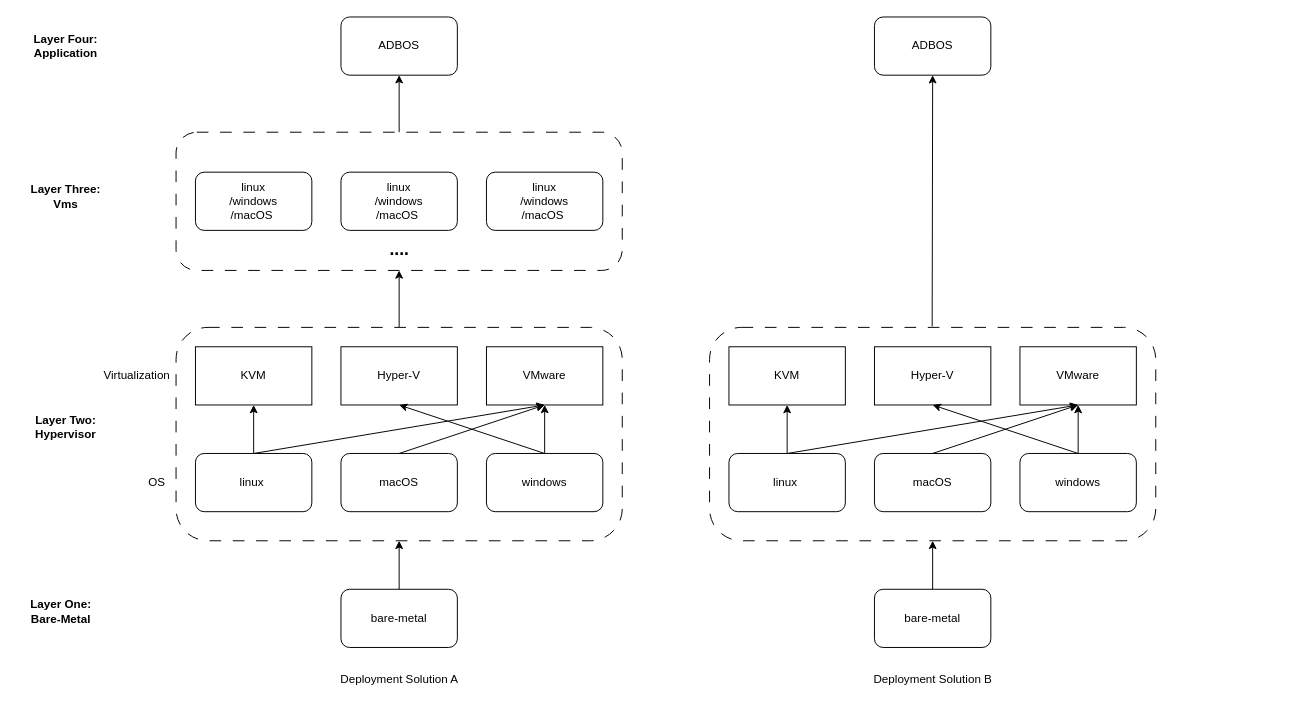
The draw.io diagram deployment.drawio in caihuayu0322/drawio-github, before the edit. Source tidied: cells renumbered, new cells numbered last; positions are measured from the earlier drawing's top-left corner, leaving out a move shared by most shapes. Both pictures are drawn from the tidied source at 97%, with x=0, y=0 at pixel (16, 16).
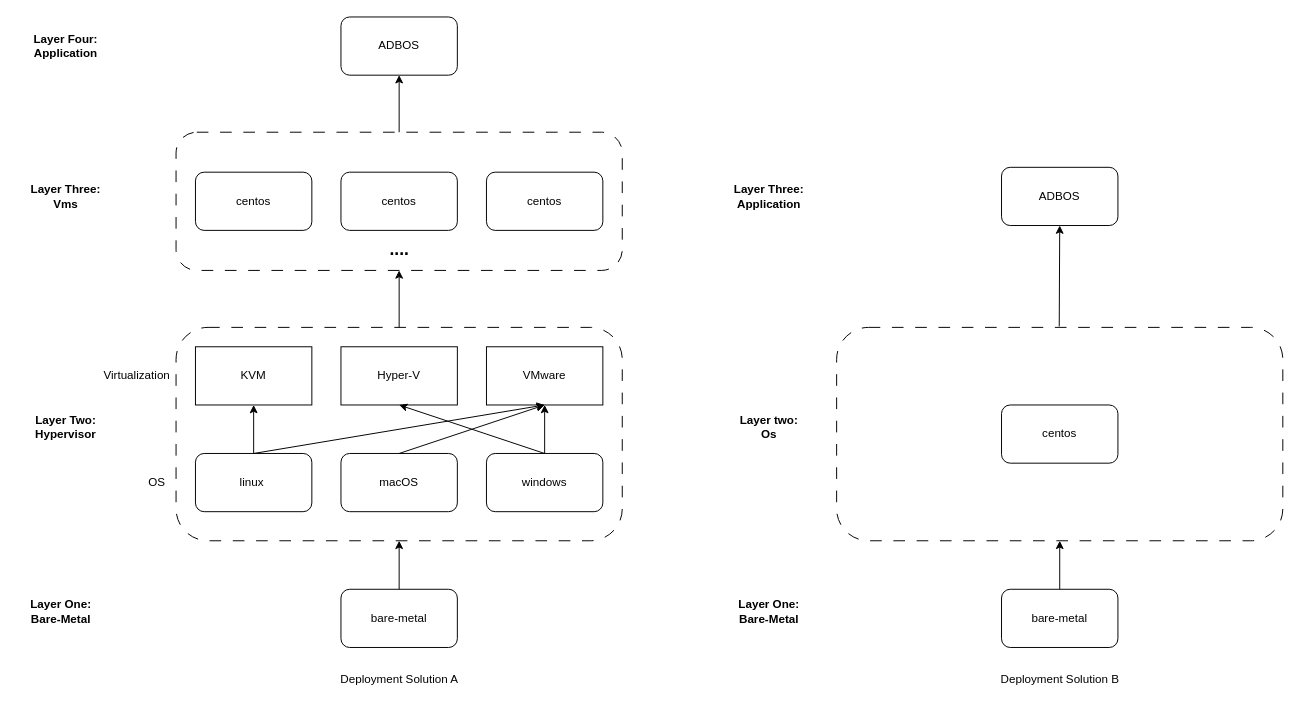
The same page after the edit.

Diff of the diagram source:
```diff
@@
-    <mxCell id="11" value="linux&lt;br&gt;/windows&lt;br&gt;/macOS&amp;nbsp;" style="rounded=1;whiteSpace=wrap;html=1;" parent="1" vertex="1">
+    <mxCell id="11" value="centos" style="rounded=1;whiteSpace=wrap;html=1;" parent="1" vertex="1">
       <mxGeometry x="184" y="160" width="120" height="60" as="geometry" />
     </mxCell>
-    <mxCell id="12" value="linux&lt;br style=&quot;border-color: var(--border-color);&quot;&gt;/windows&lt;br style=&quot;border-color: var(--border-color);&quot;&gt;/macOS&amp;nbsp;" style="rounded=1;whiteSpace=wrap;html=1;" parent="1" vertex="1">
+    <mxCell id="12" value="centos" style="rounded=1;whiteSpace=wrap;html=1;" parent="1" vertex="1">
       <mxGeometry x="334" y="160" width="120" height="60" as="geometry" />
     </mxCell>
-    <mxCell id="13" value="linux&lt;br style=&quot;border-color: var(--border-color);&quot;&gt;/windows&lt;br style=&quot;border-color: var(--border-color);&quot;&gt;/macOS&amp;nbsp;" style="rounded=1;whiteSpace=wrap;html=1;" parent="1" vertex="1">
+    <mxCell id="13" value="centos" style="rounded=1;whiteSpace=wrap;html=1;" parent="1" vertex="1">
       <mxGeometry x="484" y="160" width="120" height="60" as="geometry" />
     </mxCell>
@@
-    <mxCell id="24" style="rounded=1;whiteSpace=wrap;html=1;dashed=1;dashPattern=12 12;fillColor=none;" parent="1" vertex="1">
-      <mxGeometry x="714" y="320" width="460" height="220" as="geometry" />
-    </mxCell>
     <mxCell id="25" value="bare-metal" style="rounded=1;whiteSpace=wrap;html=1;" parent="1" vertex="1">
-      <mxGeometry x="884" y="590" width="120" height="60" as="geometry" />
+      <mxGeometry x="1015" y="590" width="120" height="60" as="geometry" />
     </mxCell>
-    <mxCell id="26" value="linux&amp;nbsp;" style="rounded=1;whiteSpace=wrap;html=1;" parent="1" vertex="1">
-      <mxGeometry x="734" y="450" width="120" height="60" as="geometry" />
-    </mxCell>
-    <mxCell id="27" value="windows" style="rounded=1;whiteSpace=wrap;html=1;" parent="1" vertex="1">
-      <mxGeometry x="1034" y="450" width="120" height="60" as="geometry" />
-    </mxCell>
-    <mxCell id="28" value="macOS" style="rounded=1;whiteSpace=wrap;html=1;" parent="1" vertex="1">
-      <mxGeometry x="884" y="450" width="120" height="60" as="geometry" />
-    </mxCell>
-    <mxCell id="29" value="KVM" style="rounded=0;whiteSpace=wrap;html=1;" parent="1" vertex="1">
-      <mxGeometry x="734" y="340" width="120" height="60" as="geometry" />
-    </mxCell>
-    <mxCell id="30" value="VMware" style="rounded=0;whiteSpace=wrap;html=1;" parent="1" vertex="1">
-      <mxGeometry x="1034" y="340" width="120" height="60" as="geometry" />
-    </mxCell>
-    <mxCell id="31" value="Hyper-V" style="rounded=0;whiteSpace=wrap;html=1;" parent="1" vertex="1">
-      <mxGeometry x="884" y="340" width="120" height="60" as="geometry" />
-    </mxCell>
-    <mxCell id="32" style="endArrow=classic;html=1;rounded=0;exitX=0.5;exitY=0;exitDx=0;exitDy=0;entryX=0.5;entryY=1;entryDx=0;entryDy=0;" parent="1" edge="1" source="26" target="29">
-      <mxGeometry relative="1" as="geometry" />
-    </mxCell>
-    <mxCell id="33" style="endArrow=classic;html=1;rounded=0;exitX=0.5;exitY=0;exitDx=0;exitDy=0;entryX=0.5;entryY=1;entryDx=0;entryDy=0;" parent="1" edge="1" source="26" target="30">
-      <mxGeometry relative="1" as="geometry" />
-    </mxCell>
-    <mxCell id="34" style="endArrow=classic;html=1;rounded=0;exitX=0.5;exitY=0;exitDx=0;exitDy=0;entryX=0.5;entryY=1;entryDx=0;entryDy=0;" parent="1" edge="1" source="28" target="30">
-      <mxGeometry relative="1" as="geometry" />
-    </mxCell>
-    <mxCell id="35" style="endArrow=classic;html=1;rounded=0;exitX=0.5;exitY=0;exitDx=0;exitDy=0;entryX=0.5;entryY=1;entryDx=0;entryDy=0;" parent="1" edge="1" source="27" target="31">
-      <mxGeometry relative="1" as="geometry" />
-    </mxCell>
-    <mxCell id="36" style="endArrow=classic;html=1;rounded=0;exitX=0.5;exitY=0;exitDx=0;exitDy=0;entryX=0.5;entryY=1;entryDx=0;entryDy=0;" parent="1" edge="1" source="27" target="30">
-      <mxGeometry relative="1" as="geometry" />
-    </mxCell>
-    <mxCell id="37" style="endArrow=classic;html=1;rounded=0;exitX=0.5;exitY=0;exitDx=0;exitDy=0;entryX=0.5;entryY=1;entryDx=0;entryDy=0;" parent="1" edge="1" source="25" target="24">
-      <mxGeometry relative="1" as="geometry" />
+    <mxCell id="37" style="endArrow=classic;html=1;rounded=0;exitX=0.5;exitY=0;exitDx=0;exitDy=0;entryX=0.5;entryY=1;entryDx=0;entryDy=0;" parent="1" edge="1" source="25">
+      <mxGeometry relative="1" as="geometry">
+        <mxPoint x="1075" y="540" as="targetPoint" />
+      </mxGeometry>
     </mxCell>
     <mxCell id="38" style="endArrow=classic;html=1;rounded=0;exitX=0.5;exitY=0;exitDx=0;exitDy=0;entryX=0.5;entryY=1;entryDx=0;entryDy=0;" parent="1" edge="1" target="39">
       <mxGeometry relative="1" as="geometry">
-        <mxPoint x="943.5" y="319" as="sourcePoint" />
+        <mxPoint x="1074.5" y="319" as="sourcePoint" />
       </mxGeometry>
     </mxCell>
     <mxCell id="39" value="ADBOS" style="rounded=1;whiteSpace=wrap;html=1;" parent="1" vertex="1">
-      <mxGeometry x="884" width="120" height="60" as="geometry" />
+      <mxGeometry x="1015" y="155" width="120" height="60" as="geometry" />
     </mxCell>
@@
     <mxCell id="43" value="Deployment Solution B" style="text;html=1;align=center;verticalAlign=middle;strokeColor=none;fillColor=none;" parent="1" vertex="1">
-      <mxGeometry x="869" y="668" width="150" height="30" as="geometry" />
+      <mxGeometry x="1000" y="668" width="150" height="30" as="geometry" />
     </mxCell>
@@
+    <mxCell id="48" value="&lt;b&gt;Layer two:&lt;br&gt;Os&lt;br&gt;&lt;/b&gt;" style="text;html=1;align=center;verticalAlign=middle;strokeColor=none;fillColor=none;" parent="1" vertex="1">
+      <mxGeometry x="735" y="403" width="80" height="40" as="geometry" />
+    </mxCell>
+    <mxCell id="49" value="Layer One:&lt;br&gt;Bare-Metal" style="text;html=1;align=center;verticalAlign=middle;strokeColor=none;fillColor=none;fontStyle=1;" parent="1" vertex="1">
+      <mxGeometry x="730" y="593" width="90" height="40" as="geometry" />
+    </mxCell>
+    <mxCell id="50" value="&lt;b&gt;Layer Three:&lt;br&gt;Application&lt;br&gt;&lt;/b&gt;" style="text;html=1;align=center;verticalAlign=middle;strokeColor=none;fillColor=none;" parent="1" vertex="1">
+      <mxGeometry x="725" y="165" width="100" height="40" as="geometry" />
+    </mxCell>
+    <mxCell id="51" style="rounded=1;whiteSpace=wrap;html=1;dashed=1;dashPattern=12 12;fillColor=none;" parent="1" vertex="1">
+      <mxGeometry x="845" y="320" width="460" height="220" as="geometry" />
+    </mxCell>
+    <mxCell id="52" value="centos" style="rounded=1;whiteSpace=wrap;html=1;" parent="1" vertex="1">
+      <mxGeometry x="1015" y="400" width="120" height="60" as="geometry" />
+    </mxCell>
```
